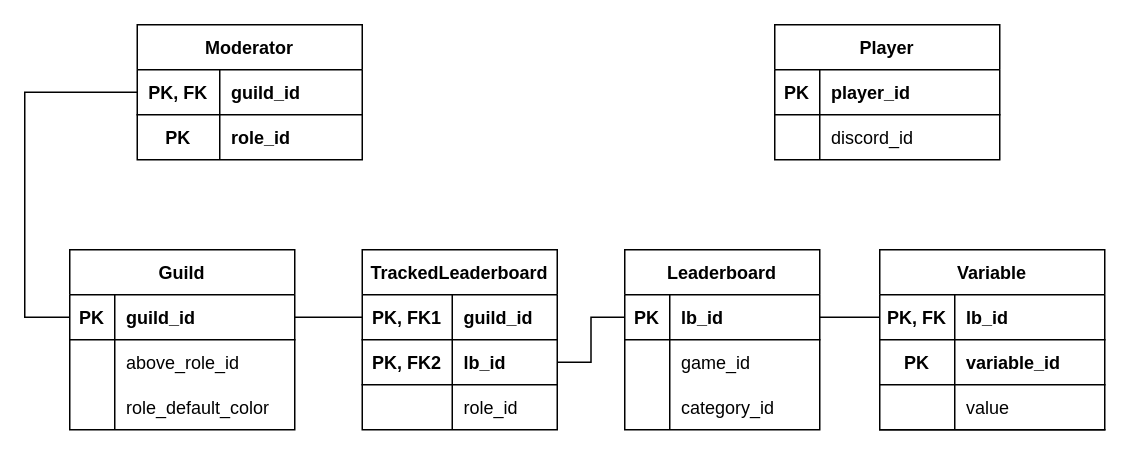
The draw.io diagram srcwrsbot.drawio in mitchell-merry/src-wrs-bot-v2, before the edit. Source tidied: cells renumbered, new cells numbered last; positions are measured from the earlier drawing's top-left corner, leaving out a move shared by most shapes. Both pictures are drawn from the tidied source at 150%, with x=0, y=0 at pixel (24, 24).
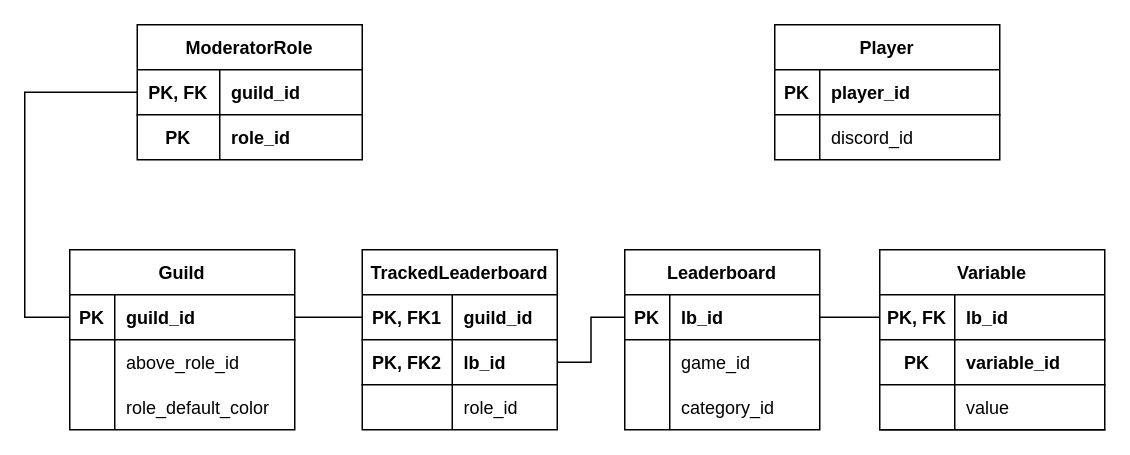
The same diagram, later.

Commit message (it also covers changes not shown here):
Rename Moderator to ModeratorRole and add association.

Change to the diagram source:
```diff
@@
-    <mxCell id="52" value="Moderator" style="shape=table;startSize=30;childLayout=tableLayout;rowLines=0;fontStyle=1;align=center;" parent="1" vertex="1">
+    <mxCell id="52" value="ModeratorRole" style="shape=table;startSize=30;childLayout=tableLayout;rowLines=0;fontStyle=1;align=center;" parent="1" vertex="1">
       <mxGeometry x="75" width="150" height="90" as="geometry" />
     </mxCell>
```
